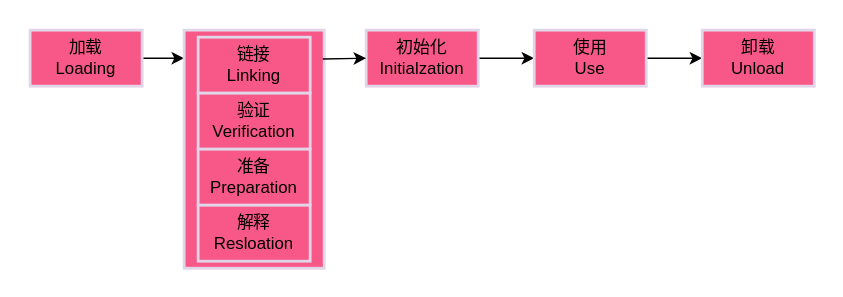
Before: jvm/深入剖析Java虚拟机源码剖析与实例详解-基础卷-马智/images/jvm-class-load.drawio.svg, a diagram exported from draw.io (web1992/read). Source tidied: cells renumbered, new cells last; positions are measured from the earlier drawing's top-left corner, leaving out a move shared by most shapes.
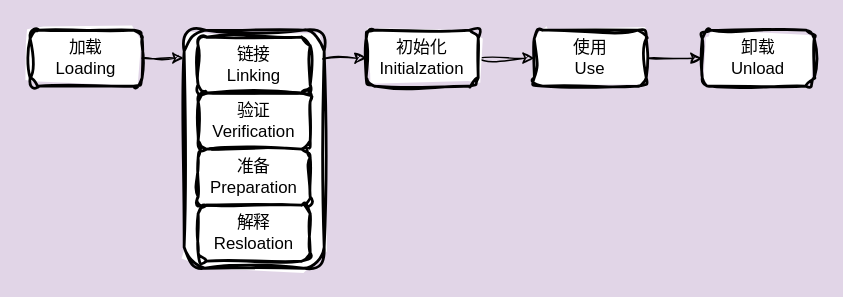
After the commit.

Commit message:
add jvm class init

Diff of the diagram source:
```diff
@@ -1,44 +1,44 @@
-<mxGraphModel>
+<mxGraphModel background="#E1D5E7">
   <root>
     <mxCell id="0" />
     <mxCell id="1" parent="0" />
-    <mxCell id="2" style="edgeStyle=orthogonalEdgeStyle;rounded=0;jettySize=auto;html=1;exitX=1;exitY=0.5;exitDx=0;exitDy=0;entryX=0;entryY=0.118;entryDx=0;entryDy=0;entryPerimeter=0;" parent="1" edge="1" source="3" target="4">
+    <mxCell id="2" style="edgeStyle=orthogonalEdgeStyle;rounded=1;jettySize=auto;html=1;exitX=1;exitY=0.5;exitDx=0;exitDy=0;entryX=0;entryY=0.118;entryDx=0;entryDy=0;entryPerimeter=0;labelBackgroundColor=none;fontColor=default;sketch=1;curveFitting=1;jiggle=2;" parent="1" edge="1" source="3" target="4">
       <mxGeometry relative="1" as="geometry" />
     </mxCell>
-    <mxCell id="3" value="加载&lt;br&gt;Loading" style="rounded=0;whiteSpace=wrap;html=1;fillColor=#F75887;strokeColor=#E1D5E7;strokeWidth=2;" parent="1" vertex="1">
+    <mxCell id="3" value="加载&lt;br&gt;Loading" style="rounded=1;whiteSpace=wrap;html=1;strokeWidth=2;labelBackgroundColor=none;sketch=1;curveFitting=1;jiggle=2;" parent="1" vertex="1">
       <mxGeometry width="80" height="40" as="geometry" />
     </mxCell>
-    <mxCell id="4" style="rounded=0;whiteSpace=wrap;html=1;fillColor=#F75887;strokeColor=#E1D5E7;strokeWidth=2;" parent="1" vertex="1">
+    <mxCell id="4" style="rounded=1;whiteSpace=wrap;html=1;strokeWidth=2;labelBackgroundColor=none;sketch=1;curveFitting=1;jiggle=2;" parent="1" vertex="1">
       <mxGeometry x="110" width="100" height="170" as="geometry" />
     </mxCell>
-    <mxCell id="5" value="链接&lt;br&gt;Linking" style="rounded=0;whiteSpace=wrap;html=1;fillColor=#F75887;strokeColor=#E1D5E7;strokeWidth=2;" parent="1" vertex="1">
+    <mxCell id="5" value="链接&lt;br&gt;Linking" style="rounded=1;whiteSpace=wrap;html=1;strokeWidth=2;labelBackgroundColor=none;sketch=1;curveFitting=1;jiggle=2;" parent="1" vertex="1">
       <mxGeometry x="120" y="5" width="80" height="40" as="geometry" />
     </mxCell>
-    <mxCell id="6" style="edgeStyle=orthogonalEdgeStyle;rounded=0;jettySize=auto;html=1;" parent="1" edge="1" source="7" target="9">
+    <mxCell id="6" style="edgeStyle=orthogonalEdgeStyle;rounded=1;jettySize=auto;html=1;labelBackgroundColor=none;fontColor=default;sketch=1;curveFitting=1;jiggle=2;" parent="1" edge="1" source="7" target="9">
       <mxGeometry relative="1" as="geometry" />
     </mxCell>
-    <mxCell id="7" value="初始化&lt;br&gt;Initialzation" style="rounded=0;whiteSpace=wrap;html=1;fillColor=#F75887;strokeColor=#E1D5E7;strokeWidth=2;" parent="1" vertex="1">
+    <mxCell id="7" value="初始化&lt;br&gt;Initialzation" style="rounded=1;whiteSpace=wrap;html=1;strokeWidth=2;labelBackgroundColor=none;sketch=1;curveFitting=1;jiggle=2;" parent="1" vertex="1">
       <mxGeometry x="240" width="80" height="40" as="geometry" />
     </mxCell>
-    <mxCell id="8" style="edgeStyle=orthogonalEdgeStyle;rounded=0;jettySize=auto;html=1;" parent="1" edge="1" source="9" target="10">
+    <mxCell id="8" style="edgeStyle=orthogonalEdgeStyle;rounded=1;jettySize=auto;html=1;labelBackgroundColor=none;fontColor=default;sketch=1;curveFitting=1;jiggle=2;" parent="1" edge="1" source="9" target="10">
       <mxGeometry relative="1" as="geometry" />
     </mxCell>
-    <mxCell id="9" value="使用&lt;br&gt;Use" style="rounded=0;whiteSpace=wrap;html=1;fillColor=#F75887;strokeColor=#E1D5E7;strokeWidth=2;" parent="1" vertex="1">
+    <mxCell id="9" value="使用&lt;br&gt;Use" style="rounded=1;whiteSpace=wrap;html=1;strokeWidth=2;labelBackgroundColor=none;sketch=1;curveFitting=1;jiggle=2;" parent="1" vertex="1">
       <mxGeometry x="360" width="80" height="40" as="geometry" />
     </mxCell>
-    <mxCell id="10" value="卸载&lt;br&gt;Unload" style="rounded=0;whiteSpace=wrap;html=1;fillColor=#F75887;strokeColor=#E1D5E7;strokeWidth=2;" parent="1" vertex="1">
+    <mxCell id="10" value="卸载&lt;br&gt;Unload" style="rounded=1;whiteSpace=wrap;html=1;strokeWidth=2;labelBackgroundColor=none;sketch=1;curveFitting=1;jiggle=2;" parent="1" vertex="1">
       <mxGeometry x="480" width="80" height="40" as="geometry" />
     </mxCell>
-    <mxCell id="11" value="验证&lt;br&gt;Verification" style="rounded=0;whiteSpace=wrap;html=1;fillColor=#F75887;strokeColor=#E1D5E7;strokeWidth=2;" parent="1" vertex="1">
+    <mxCell id="11" value="验证&lt;br&gt;Verification" style="rounded=1;whiteSpace=wrap;html=1;strokeWidth=2;labelBackgroundColor=none;sketch=1;curveFitting=1;jiggle=2;" parent="1" vertex="1">
       <mxGeometry x="120" y="45" width="80" height="40" as="geometry" />
     </mxCell>
-    <mxCell id="12" value="准备&lt;br&gt;Preparation" style="rounded=0;whiteSpace=wrap;html=1;fillColor=#F75887;strokeColor=#E1D5E7;strokeWidth=2;" parent="1" vertex="1">
+    <mxCell id="12" value="准备&lt;br&gt;Preparation" style="rounded=1;whiteSpace=wrap;html=1;strokeWidth=2;labelBackgroundColor=none;sketch=1;curveFitting=1;jiggle=2;" parent="1" vertex="1">
       <mxGeometry x="120" y="85" width="80" height="40" as="geometry" />
     </mxCell>
-    <mxCell id="13" value="解释&lt;br&gt;Resloation" style="rounded=0;whiteSpace=wrap;html=1;fillColor=#F75887;strokeColor=#E1D5E7;strokeWidth=2;" parent="1" vertex="1">
+    <mxCell id="13" value="解释&lt;br&gt;Resloation" style="rounded=1;whiteSpace=wrap;html=1;strokeWidth=2;labelBackgroundColor=none;sketch=1;curveFitting=1;jiggle=2;" parent="1" vertex="1">
       <mxGeometry x="120" y="125" width="80" height="40" as="geometry" />
     </mxCell>
-    <mxCell id="14" style="endArrow=classic;html=1;rounded=0;entryX=0;entryY=0.5;entryDx=0;entryDy=0;exitX=0.99;exitY=0.121;exitDx=0;exitDy=0;exitPerimeter=0;" parent="1" edge="1" source="4" target="7">
+    <mxCell id="14" style="endArrow=classic;html=1;rounded=1;entryX=0;entryY=0.5;entryDx=0;entryDy=0;exitX=0.99;exitY=0.121;exitDx=0;exitDy=0;exitPerimeter=0;labelBackgroundColor=none;fontColor=default;sketch=1;curveFitting=1;jiggle=2;" parent="1" edge="1" source="4" target="7">
       <mxGeometry relative="1" as="geometry" />
     </mxCell>
   </root>
```
